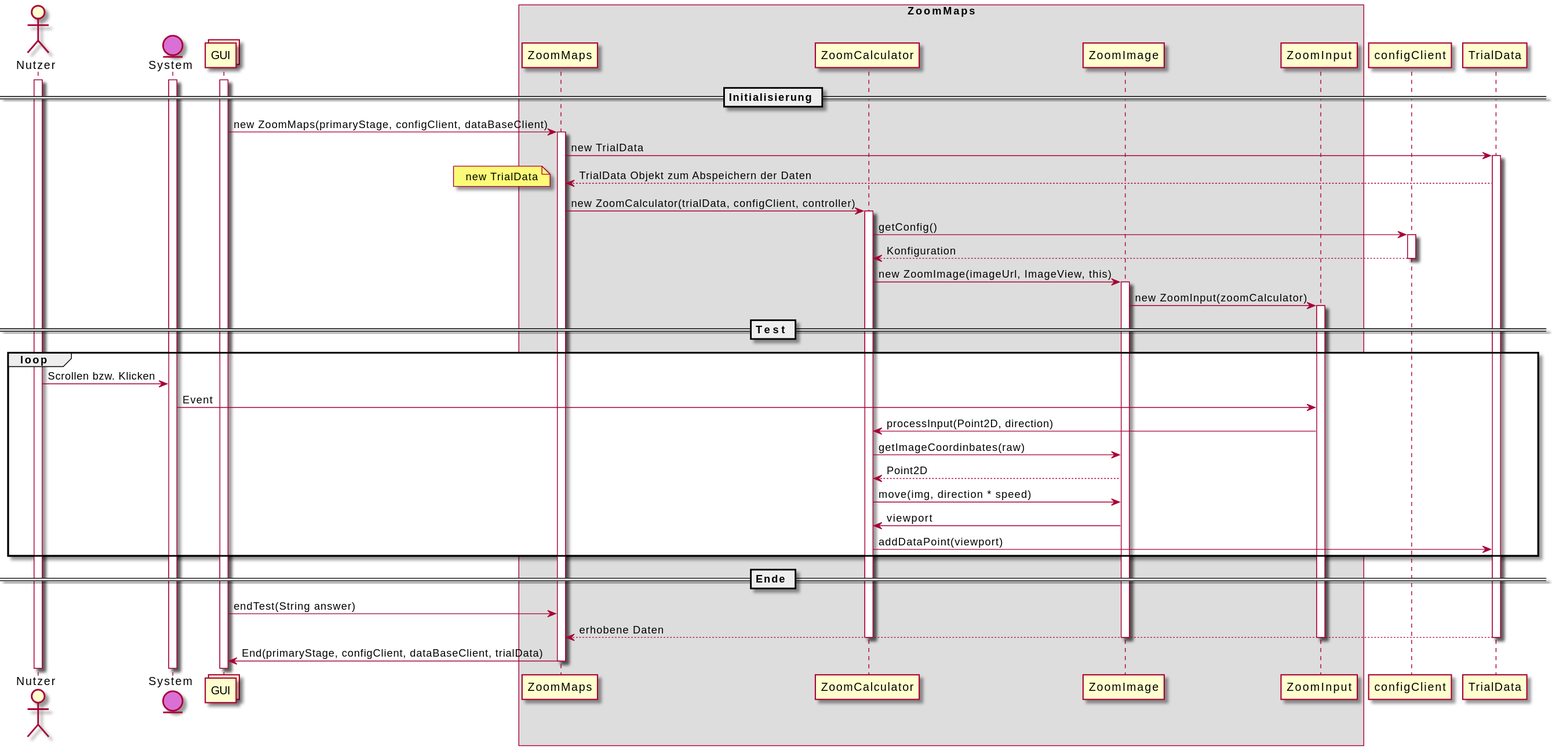
Earlier version of the PlantUML export uml-sequence/zoommaps/sequenz-zoommaps.svg (weichware-10/dokumente).
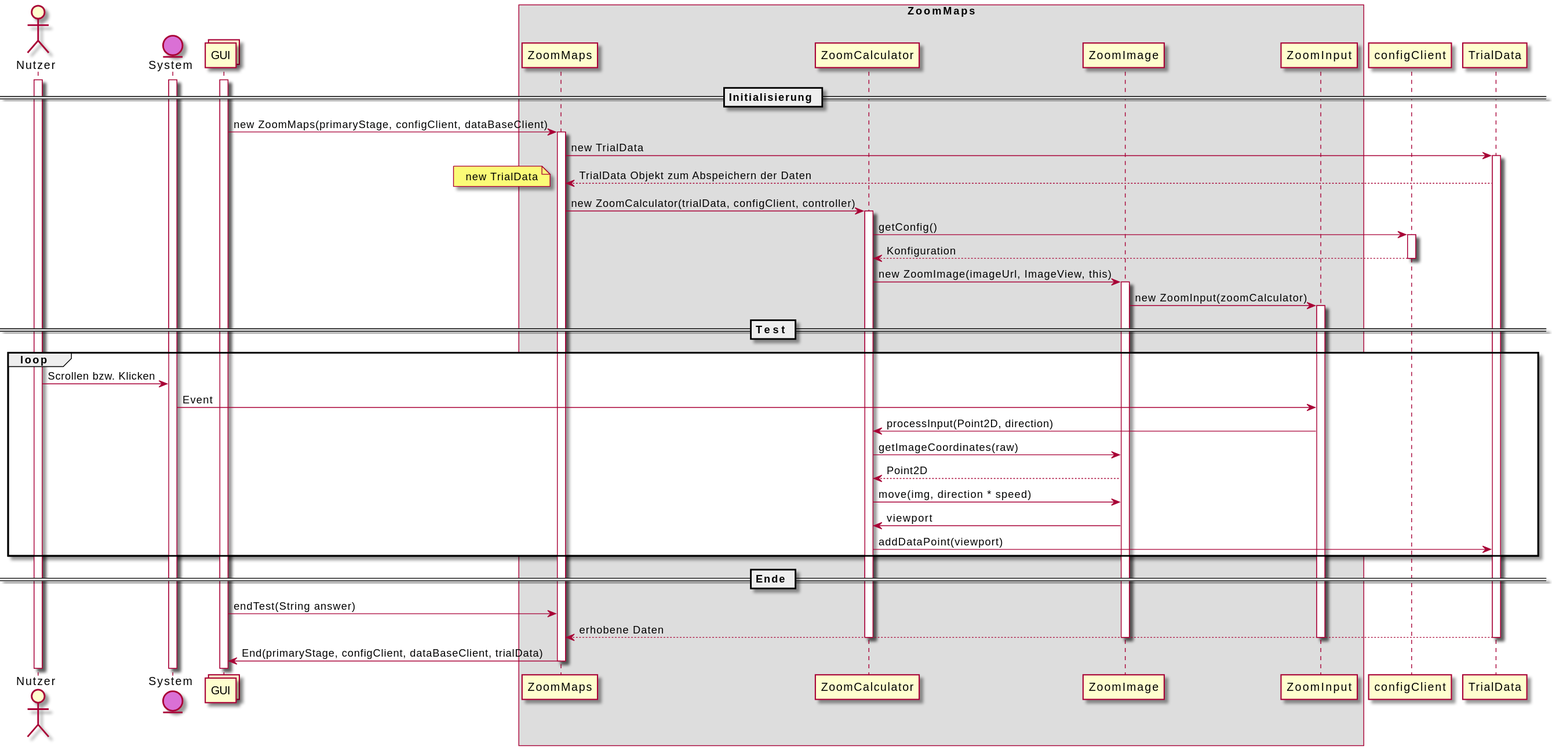
After the change.

Commit message:
[chore] rendered SVGs

Change to the diagram source:
```diff
@@ -46,7 +46,7 @@
     n -> s : Scrollen bzw. Klicken
     s -> zi : Event
     zi -> zc : processInput(Point2D, direction)
-    zc -> zb : getImageCoordinbates(raw)
+    zc -> zb : getImageCoordinates(raw)
     zb --> zc : Point2D
     zc -> zb : move(img, direction * speed)
     zb -> zc : viewport
```
